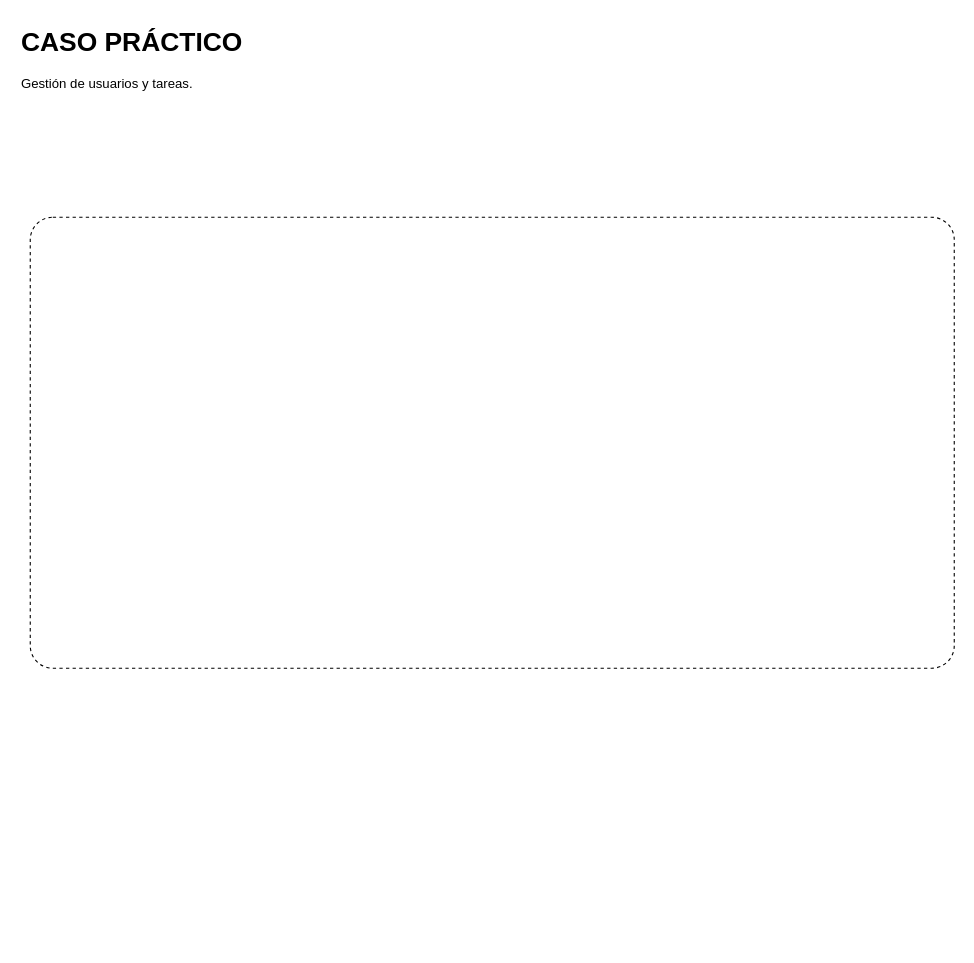
Before: usuario-tareas.drawio in jariasbecerra/prueba, a draw.io diagram. Source tidied: cells renumbered, new cells numbered last; positions are measured from the earlier drawing's top-left corner, leaving out a move shared by most shapes. Both pictures are drawn from the tidied source at 110%, with x=0, y=0 at pixel (19, 19).
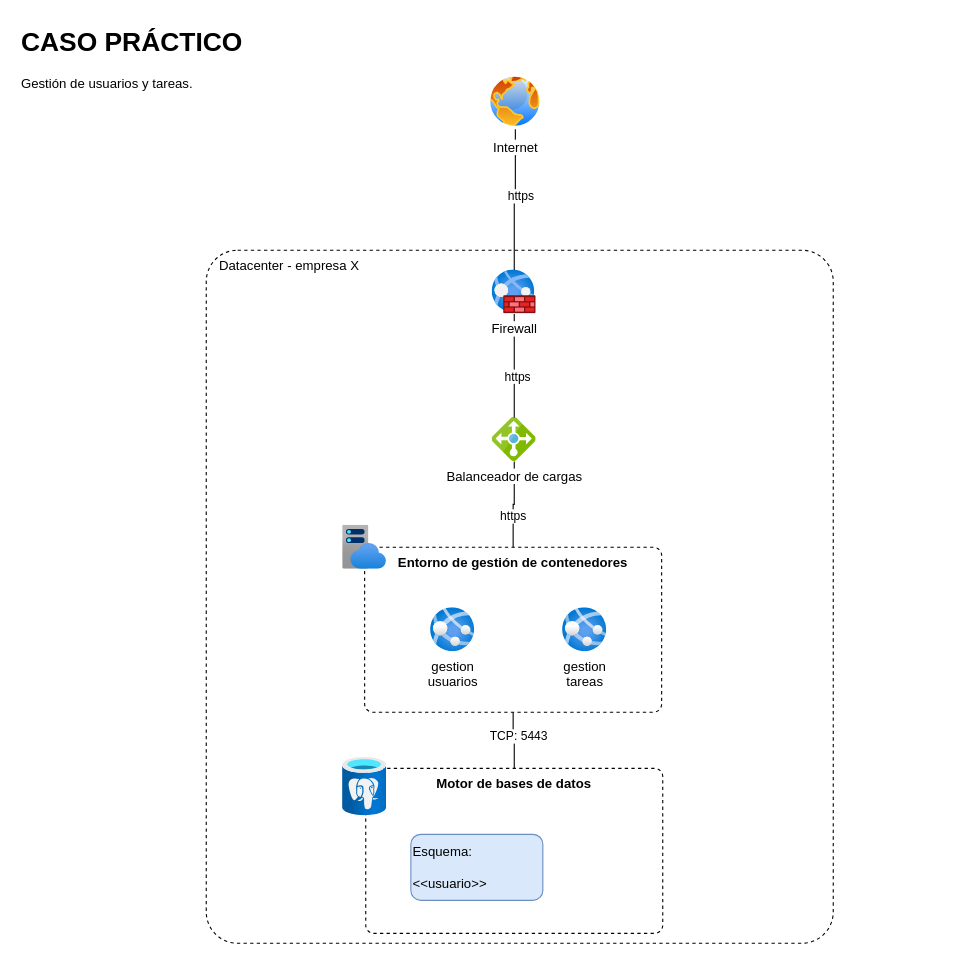
The same diagram, later.

The edit, as a diff of the source:
```diff
@@
-    <mxCell id="2" style="rounded=1;whiteSpace=wrap;html=1;dashed=1;fillColor=none;arcSize=5;" parent="1" vertex="1">
-      <mxGeometry x="10" y="180" width="840" height="410" as="geometry" />
+    <mxCell id="2" value="&amp;nbsp; &amp;nbsp;Datacenter - empresa X" style="rounded=1;whiteSpace=wrap;html=1;dashed=1;fillColor=none;arcSize=5;align=left;verticalAlign=top;" parent="1" vertex="1">
+      <mxGeometry x="170" y="210" width="570" height="630" as="geometry" />
     </mxCell>
@@
+    <mxCell id="4" style="edgeStyle=orthogonalEdgeStyle;rounded=0;jettySize=auto;html=1;endArrow=none;endFill=0;" parent="1" edge="1" source="8" target="9">
+      <mxGeometry relative="1" as="geometry" />
+    </mxCell>
+    <mxCell id="5" value="https" style="edgeLabel;html=1;align=center;verticalAlign=middle;" parent="4" vertex="1">
+      <mxGeometry x="-0.27" y="1" relative="1" as="geometry" />
+    </mxCell>
+    <mxCell id="6" style="edgeStyle=orthogonalEdgeStyle;rounded=0;jettySize=auto;html=1;endArrow=none;endFill=0;" parent="1" edge="1" source="8" target="19">
+      <mxGeometry relative="1" as="geometry" />
+    </mxCell>
+    <mxCell id="7" value="TCP: 5443" style="edgeLabel;html=1;align=center;verticalAlign=middle;" parent="6" vertex="1">
+      <mxGeometry x="-0.19" y="4" relative="1" as="geometry" />
+    </mxCell>
+    <mxCell id="8" value="Entorno de gestión de contenedores" style="rounded=1;whiteSpace=wrap;html=1;dashed=1;fillColor=none;arcSize=5;align=center;verticalAlign=top;fontStyle=1;" parent="1" vertex="1">
+      <mxGeometry x="314" y="480" width="270" height="150" as="geometry" />
+    </mxCell>
+    <mxCell id="9" value="Balanceador de cargas" style="image;sketch=0;html=1;points=[];align=center;fontSize=12;image=img/lib/mscae/Load_Balancer_feature.svg;" parent="1" vertex="1">
+      <mxGeometry x="430" y="362" width="40" height="40" as="geometry" />
+    </mxCell>
+    <mxCell id="10" style="edgeStyle=orthogonalEdgeStyle;rounded=0;jettySize=auto;html=1;endArrow=none;endFill=0;" parent="1" edge="1" source="12" target="9">
+      <mxGeometry relative="1" as="geometry" />
+    </mxCell>
+    <mxCell id="11" value="https" style="edgeLabel;html=1;align=center;verticalAlign=middle;" parent="10" vertex="1">
+      <mxGeometry x="0.2" y="2" relative="1" as="geometry" />
+    </mxCell>
+    <mxCell id="12" value="Firewall" style="image;html=1;points=[];align=center;fontSize=12;image=img/lib/azure2/networking/Web_Application_Firewall_Policies_WAF.svg;" parent="1" vertex="1">
+      <mxGeometry x="430" y="228" width="40" height="40" as="geometry" />
+    </mxCell>
+    <mxCell id="13" style="image;html=1;align=center;fontSize=12;image=img/lib/azure2/app_services/App_Service_Plans.svg;" parent="1" vertex="1">
+      <mxGeometry x="294" y="460" width="40" height="40" as="geometry" />
+    </mxCell>
+    <mxCell id="14" value="gestion&lt;div&gt;usuarios&lt;/div&gt;" style="image;html=1;align=center;fontSize=12;image=img/lib/azure2/app_services/App_Services.svg;" parent="1" vertex="1">
+      <mxGeometry x="374" y="535" width="40" height="40" as="geometry" />
+    </mxCell>
+    <mxCell id="15" style="edgeStyle=orthogonalEdgeStyle;rounded=0;jettySize=auto;html=1;endArrow=none;endFill=0;" parent="1" edge="1" source="17" target="12">
+      <mxGeometry relative="1" as="geometry" />
+    </mxCell>
+    <mxCell id="16" value="https" style="edgeLabel;html=1;align=center;verticalAlign=middle;" parent="15" vertex="1">
+      <mxGeometry x="-0.38" y="4" relative="1" as="geometry">
+        <mxPoint y="20" as="offset" />
+      </mxGeometry>
+    </mxCell>
+    <mxCell id="17" value="Internet" style="image;perimeter=ellipsePerimeter;html=1;align=center;shadow=0;dashed=0;spacingTop=3;image=img/lib/active_directory/internet_globe.svg;" parent="1" vertex="1">
+      <mxGeometry x="426" y="50" width="50" height="50" as="geometry" />
+    </mxCell>
+    <mxCell id="18" value="gestion&lt;div&gt;tareas&lt;/div&gt;" style="image;html=1;align=center;fontSize=12;image=img/lib/azure2/app_services/App_Services.svg;" parent="1" vertex="1">
+      <mxGeometry x="494" y="535" width="40" height="40" as="geometry" />
+    </mxCell>
+    <mxCell id="19" value="Motor de bases de datos" style="rounded=1;whiteSpace=wrap;html=1;dashed=1;fillColor=none;arcSize=5;align=center;verticalAlign=top;fontStyle=1;" parent="1" vertex="1">
+      <mxGeometry x="315" y="681" width="270" height="150" as="geometry" />
+    </mxCell>
+    <mxCell id="20" style="image;html=1;align=center;fontSize=12;image=img/lib/azure2/databases/Azure_Database_PostgreSQL_Server.svg;" parent="1" vertex="1">
+      <mxGeometry x="294" y="671" width="40" height="53.3" as="geometry" />
+    </mxCell>
+    <mxCell id="21" value="Esquema:&lt;div&gt;&lt;br&gt;&lt;/div&gt;&lt;div&gt;&amp;lt;&amp;lt;usuario&amp;gt;&amp;gt;&lt;/div&gt;" style="rounded=1;whiteSpace=wrap;html=1;fillColor=#dae8fc;strokeColor=#6c8ebf;align=left;" parent="1" vertex="1">
+      <mxGeometry x="356" y="741" width="120" height="60" as="geometry" />
+    </mxCell>
```
